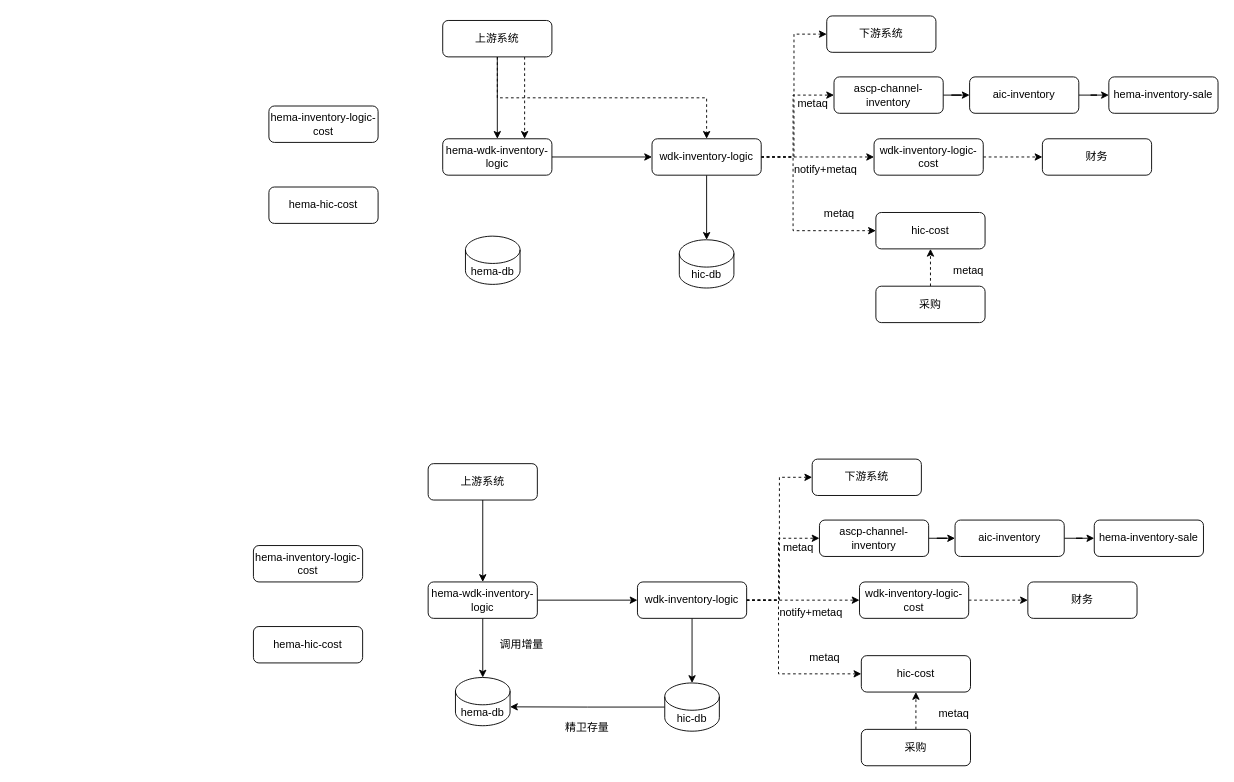
Earlier version of the draw.io diagram jiagou.drawio (fine3qandyou/lte_study). Source tidied: cells renumbered, new cells numbered last; positions are measured from the earlier drawing's top-left corner, leaving out a move shared by most shapes. Both pictures are drawn from the tidied source at 91%, with x=0, y=0 at pixel (253, 15).
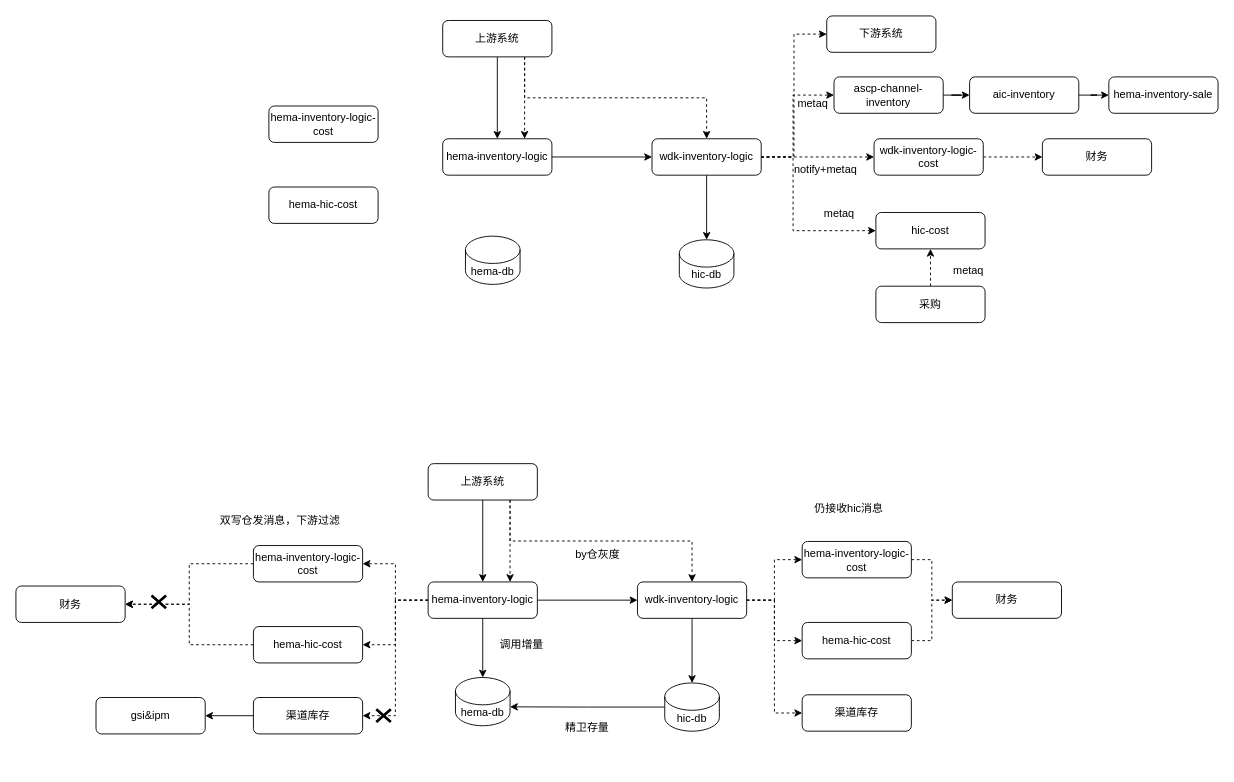
Above is the later version.

The change refers to these unchanged cells:
```xml
<mxCell id="5" value="上游系统" style="rounded=1;whiteSpace=wrap;html=1;" parent="1" vertex="1">
  <mxGeometry x="208" y="5" width="120" height="40" as="geometry" />
</mxCell>
<mxCell id="13" value="wdk-inventory-logic" style="rounded=1;whiteSpace=wrap;html=1;" parent="1" vertex="1">
  <mxGeometry x="438" y="135" width="120" height="40" as="geometry" />
</mxCell>
<mxCell id="33" value="上游系统" style="rounded=1;whiteSpace=wrap;html=1;" parent="1" vertex="1">
  <mxGeometry x="192" y="492" width="120" height="40" as="geometry" />
</mxCell>
<mxCell id="42" value="wdk-inventory-logic" style="rounded=1;whiteSpace=wrap;html=1;" parent="1" vertex="1">
  <mxGeometry x="422" y="622" width="120" height="40" as="geometry" />
</mxCell>
<mxCell id="66" value="hema-inventory-logic-cost" style="rounded=1;whiteSpace=wrap;html=1;" parent="1" vertex="1">
  <mxGeometry y="582" width="120" height="40" as="geometry" />
</mxCell>
<mxCell id="67" value="hema-hic-cost" style="rounded=1;whiteSpace=wrap;html=1;" parent="1" vertex="1">
  <mxGeometry y="671" width="120" height="40" as="geometry" />
</mxCell>
```

Change to the diagram source:
```diff
@@
-    <mxCell id="3" style="edgeStyle=orthogonalEdgeStyle;rounded=0;jettySize=auto;html=1;exitX=0.5;exitY=1;exitDx=0;exitDy=0;dashed=1;" parent="1" edge="1" source="5" target="13">
+    <mxCell id="3" style="edgeStyle=orthogonalEdgeStyle;rounded=0;jettySize=auto;html=1;exitX=0.75;exitY=1;exitDx=0;exitDy=0;dashed=1;" parent="1" edge="1" source="5" target="13">
       <mxGeometry relative="1" as="geometry" />
     </mxCell>
@@
-    <mxCell id="7" value="hema-wdk-inventory-logic" style="rounded=1;whiteSpace=wrap;html=1;" parent="1" vertex="1">
+    <mxCell id="7" value="hema-inventory-logic" style="rounded=1;whiteSpace=wrap;html=1;" parent="1" vertex="1">
       <mxGeometry x="208" y="135" width="120" height="40" as="geometry" />
     </mxCell>
@@
+    <mxCell id="68" style="edgeStyle=orthogonalEdgeStyle;rounded=0;jettySize=auto;html=1;exitX=0.75;exitY=1;exitDx=0;exitDy=0;entryX=0.75;entryY=0;entryDx=0;entryDy=0;dashed=1;" parent="1" edge="1" source="33" target="36">
+      <mxGeometry relative="1" as="geometry" />
+    </mxCell>
+    <mxCell id="69" style="edgeStyle=orthogonalEdgeStyle;rounded=0;jettySize=auto;html=1;exitX=0.75;exitY=1;exitDx=0;exitDy=0;dashed=1;" parent="1" edge="1" source="33" target="42">
+      <mxGeometry relative="1" as="geometry" />
+    </mxCell>
@@
+    <mxCell id="70" style="edgeStyle=orthogonalEdgeStyle;rounded=0;jettySize=auto;html=1;exitX=0;exitY=0.5;exitDx=0;exitDy=0;entryX=1;entryY=0.5;entryDx=0;entryDy=0;dashed=1;" parent="1" edge="1" source="36" target="66">
+      <mxGeometry relative="1" as="geometry" />
+    </mxCell>
+    <mxCell id="71" style="edgeStyle=orthogonalEdgeStyle;rounded=0;jettySize=auto;html=1;exitX=0;exitY=0.5;exitDx=0;exitDy=0;entryX=1;entryY=0.5;entryDx=0;entryDy=0;dashed=1;" parent="1" edge="1" source="36" target="67">
+      <mxGeometry relative="1" as="geometry" />
+    </mxCell>
+    <mxCell id="72" style="edgeStyle=orthogonalEdgeStyle;rounded=0;jettySize=auto;html=1;exitX=0;exitY=0.5;exitDx=0;exitDy=0;entryX=1;entryY=0.5;entryDx=0;entryDy=0;dashed=1;" parent="1" edge="1" source="36" target="86">
+      <mxGeometry relative="1" as="geometry" />
+    </mxCell>
-    <mxCell id="36" value="hema-wdk-inventory-logic" style="rounded=1;whiteSpace=wrap;html=1;" parent="1" vertex="1">
+    <mxCell id="36" value="hema-inventory-logic" style="rounded=1;whiteSpace=wrap;html=1;" parent="1" vertex="1">
       <mxGeometry x="192" y="622" width="120" height="40" as="geometry" />
     </mxCell>
-    <mxCell id="37" style="edgeStyle=orthogonalEdgeStyle;rounded=0;jettySize=auto;html=1;exitX=1;exitY=0.5;exitDx=0;exitDy=0;entryX=0;entryY=0.5;entryDx=0;entryDy=0;dashed=1;" parent="1" edge="1" source="42" target="44">
-      <mxGeometry relative="1" as="geometry">
-        <Array as="points">
-          <mxPoint x="577" y="642" />
-          <mxPoint x="577" y="574" />
-        </Array>
-      </mxGeometry>
-    </mxCell>
-    <mxCell id="38" style="edgeStyle=orthogonalEdgeStyle;rounded=0;jettySize=auto;html=1;exitX=1;exitY=0.5;exitDx=0;exitDy=0;entryX=0;entryY=0.5;entryDx=0;entryDy=0;dashed=1;" parent="1" edge="1" source="42" target="51">
-      <mxGeometry relative="1" as="geometry">
-        <Array as="points">
-          <mxPoint x="577" y="642" />
-          <mxPoint x="577" y="723" />
-        </Array>
-      </mxGeometry>
-    </mxCell>
-    <mxCell id="39" style="edgeStyle=orthogonalEdgeStyle;rounded=0;jettySize=auto;html=1;exitX=1;exitY=0.5;exitDx=0;exitDy=0;entryX=0;entryY=0.5;entryDx=0;entryDy=0;dashed=1;" parent="1" edge="1" source="42" target="49">
-      <mxGeometry relative="1" as="geometry" />
-    </mxCell>
@@
-    <mxCell id="41" style="edgeStyle=orthogonalEdgeStyle;rounded=0;jettySize=auto;html=1;exitX=1;exitY=0.5;exitDx=0;exitDy=0;entryX=0;entryY=0.5;entryDx=0;entryDy=0;dashed=1;" parent="1" edge="1" source="42" target="61">
-      <mxGeometry relative="1" as="geometry" />
-    </mxCell>
+    <mxCell id="73" style="edgeStyle=orthogonalEdgeStyle;rounded=0;jettySize=auto;html=1;exitX=1;exitY=0.5;exitDx=0;exitDy=0;entryX=0;entryY=0.5;entryDx=0;entryDy=0;dashed=1;" parent="1" edge="1" source="42" target="81">
+      <mxGeometry relative="1" as="geometry" />
+    </mxCell>
+    <mxCell id="74" style="edgeStyle=orthogonalEdgeStyle;rounded=0;jettySize=auto;html=1;exitX=1;exitY=0.5;exitDx=0;exitDy=0;entryX=0;entryY=0.5;entryDx=0;entryDy=0;dashed=1;" parent="1" edge="1" source="42" target="83">
+      <mxGeometry relative="1" as="geometry" />
+    </mxCell>
+    <mxCell id="75" style="edgeStyle=orthogonalEdgeStyle;rounded=0;jettySize=auto;html=1;exitX=1;exitY=0.5;exitDx=0;exitDy=0;entryX=0;entryY=0.5;entryDx=0;entryDy=0;dashed=1;" parent="1" edge="1" source="42" target="87">
+      <mxGeometry relative="1" as="geometry" />
+    </mxCell>
@@
-    <mxCell id="43" style="edgeStyle=orthogonalEdgeStyle;rounded=0;jettySize=auto;html=1;exitX=1;exitY=0.5;exitDx=0;exitDy=0;" parent="1" edge="1" source="44" target="46">
-      <mxGeometry relative="1" as="geometry" />
-    </mxCell>
-    <mxCell id="44" value="ascp-channel-inventory" style="rounded=1;whiteSpace=wrap;html=1;" parent="1" vertex="1">
-      <mxGeometry x="622" y="554" width="120" height="40" as="geometry" />
-    </mxCell>
-    <mxCell id="45" style="edgeStyle=orthogonalEdgeStyle;rounded=0;jettySize=auto;html=1;exitX=1;exitY=0.5;exitDx=0;exitDy=0;" parent="1" edge="1" source="46" target="47">
-      <mxGeometry relative="1" as="geometry" />
-    </mxCell>
-    <mxCell id="46" value="aic-inventory" style="rounded=1;whiteSpace=wrap;html=1;" parent="1" vertex="1">
-      <mxGeometry x="771" y="554" width="120" height="40" as="geometry" />
-    </mxCell>
-    <mxCell id="47" value="hema-inventory-sale" style="rounded=1;whiteSpace=wrap;html=1;" parent="1" vertex="1">
-      <mxGeometry x="924" y="554" width="120" height="40" as="geometry" />
-    </mxCell>
-    <mxCell id="48" style="edgeStyle=orthogonalEdgeStyle;rounded=0;jettySize=auto;html=1;exitX=1;exitY=0.5;exitDx=0;exitDy=0;entryX=0;entryY=0.5;entryDx=0;entryDy=0;dashed=1;" parent="1" edge="1" source="49" target="52">
-      <mxGeometry relative="1" as="geometry" />
-    </mxCell>
-    <mxCell id="49" value="wdk-inventory-logic-cost" style="rounded=1;whiteSpace=wrap;html=1;" parent="1" vertex="1">
-      <mxGeometry x="666" y="622" width="120" height="40" as="geometry" />
-    </mxCell>
-    <mxCell id="50" value="notify+metaq" style="text;html=1;strokeColor=none;fillColor=none;align=center;verticalAlign=middle;whiteSpace=wrap;rounded=0;" parent="1" vertex="1">
-      <mxGeometry x="583" y="640" width="60" height="31" as="geometry" />
-    </mxCell>
-    <mxCell id="51" value="hic-cost" style="rounded=1;whiteSpace=wrap;html=1;" parent="1" vertex="1">
-      <mxGeometry x="668" y="703" width="120" height="40" as="geometry" />
-    </mxCell>
-    <mxCell id="52" value="财务" style="rounded=1;whiteSpace=wrap;html=1;" parent="1" vertex="1">
-      <mxGeometry x="851" y="622" width="120" height="40" as="geometry" />
-    </mxCell>
-    <mxCell id="53" value="metaq" style="text;html=1;strokeColor=none;fillColor=none;align=center;verticalAlign=middle;whiteSpace=wrap;rounded=0;" parent="1" vertex="1">
-      <mxGeometry x="569" y="569" width="60" height="30" as="geometry" />
-    </mxCell>
@@
-    <mxCell id="56" value="metaq" style="text;html=1;strokeColor=none;fillColor=none;align=center;verticalAlign=middle;whiteSpace=wrap;rounded=0;" parent="1" vertex="1">
-      <mxGeometry x="598" y="690" width="60" height="30" as="geometry" />
-    </mxCell>
@@
-    <mxCell id="58" style="edgeStyle=orthogonalEdgeStyle;rounded=0;jettySize=auto;html=1;exitX=0.5;exitY=0;exitDx=0;exitDy=0;dashed=1;" parent="1" edge="1" source="59" target="51">
-      <mxGeometry relative="1" as="geometry" />
-    </mxCell>
-    <mxCell id="59" value="采购" style="rounded=1;whiteSpace=wrap;html=1;" parent="1" vertex="1">
-      <mxGeometry x="668" y="784" width="120" height="40" as="geometry" />
-    </mxCell>
-    <mxCell id="60" value="metaq" style="text;html=1;strokeColor=none;fillColor=none;align=center;verticalAlign=middle;whiteSpace=wrap;rounded=0;" parent="1" vertex="1">
-      <mxGeometry x="740" y="752" width="60" height="30" as="geometry" />
-    </mxCell>
-    <mxCell id="61" value="下游系统" style="rounded=1;whiteSpace=wrap;html=1;" parent="1" vertex="1">
-      <mxGeometry x="614" y="487" width="120" height="40" as="geometry" />
-    </mxCell>
@@
+    <mxCell id="76" style="edgeStyle=orthogonalEdgeStyle;rounded=0;jettySize=auto;html=1;exitX=0;exitY=0.5;exitDx=0;exitDy=0;entryX=1;entryY=0.5;entryDx=0;entryDy=0;dashed=1;" parent="1" edge="1" source="66" target="79">
+      <mxGeometry relative="1" as="geometry" />
+    </mxCell>
@@
+    <mxCell id="77" style="edgeStyle=orthogonalEdgeStyle;rounded=0;jettySize=auto;html=1;exitX=0;exitY=0.5;exitDx=0;exitDy=0;entryX=1;entryY=0.5;entryDx=0;entryDy=0;dashed=1;" parent="1" edge="1" source="67" target="79">
+      <mxGeometry relative="1" as="geometry" />
+    </mxCell>
@@
+    <mxCell id="78" value="by仓灰度" style="text;html=1;strokeColor=none;fillColor=none;align=center;verticalAlign=middle;whiteSpace=wrap;rounded=0;" parent="1" vertex="1">
+      <mxGeometry x="325" y="577" width="107" height="30" as="geometry" />
+    </mxCell>
+    <mxCell id="79" value="财务" style="rounded=1;whiteSpace=wrap;html=1;" parent="1" vertex="1">
+      <mxGeometry x="-261" y="626.5" width="120" height="40" as="geometry" />
+    </mxCell>
+    <mxCell id="80" style="edgeStyle=orthogonalEdgeStyle;rounded=0;jettySize=auto;html=1;exitX=1;exitY=0.5;exitDx=0;exitDy=0;entryX=0;entryY=0.5;entryDx=0;entryDy=0;dashed=1;" parent="1" edge="1" source="81" target="84">
+      <mxGeometry relative="1" as="geometry" />
+    </mxCell>
+    <mxCell id="81" value="hema-inventory-logic-cost" style="rounded=1;whiteSpace=wrap;html=1;" parent="1" vertex="1">
+      <mxGeometry x="603" y="577.5" width="120" height="40" as="geometry" />
+    </mxCell>
+    <mxCell id="82" style="edgeStyle=orthogonalEdgeStyle;rounded=0;jettySize=auto;html=1;exitX=1;exitY=0.5;exitDx=0;exitDy=0;entryX=0;entryY=0.5;entryDx=0;entryDy=0;dashed=1;" parent="1" edge="1" source="83" target="84">
+      <mxGeometry relative="1" as="geometry" />
+    </mxCell>
+    <mxCell id="83" value="hema-hic-cost" style="rounded=1;whiteSpace=wrap;html=1;" parent="1" vertex="1">
+      <mxGeometry x="603" y="666.5" width="120" height="40" as="geometry" />
+    </mxCell>
+    <mxCell id="84" value="财务" style="rounded=1;whiteSpace=wrap;html=1;" parent="1" vertex="1">
+      <mxGeometry x="768" y="622" width="120" height="40" as="geometry" />
+    </mxCell>
+    <mxCell id="85" style="edgeStyle=orthogonalEdgeStyle;rounded=0;jettySize=auto;html=1;exitX=0;exitY=0.5;exitDx=0;exitDy=0;" parent="1" edge="1" source="86" target="90">
+      <mxGeometry relative="1" as="geometry" />
+    </mxCell>
+    <mxCell id="86" value="渠道库存" style="rounded=1;whiteSpace=wrap;html=1;" parent="1" vertex="1">
+      <mxGeometry y="749" width="120" height="40" as="geometry" />
+    </mxCell>
+    <mxCell id="87" value="渠道库存" style="rounded=1;whiteSpace=wrap;html=1;" parent="1" vertex="1">
+      <mxGeometry x="603" y="746" width="120" height="40" as="geometry" />
+    </mxCell>
+    <mxCell id="88" value="双写仓发消息，下游过滤" style="text;html=1;strokeColor=none;fillColor=none;align=center;verticalAlign=middle;whiteSpace=wrap;rounded=0;" parent="1" vertex="1">
+      <mxGeometry x="-66" y="540" width="191" height="30" as="geometry" />
+    </mxCell>
+    <mxCell id="89" style="shape=umlDestroy;whiteSpace=wrap;html=1;strokeWidth=3;targetShapes=umlLifeline;" parent="1" vertex="1">
+      <mxGeometry x="-112" y="637" width="16" height="14" as="geometry" />
+    </mxCell>
+    <mxCell id="90" value="gsi&amp;amp;ipm" style="rounded=1;whiteSpace=wrap;html=1;" parent="1" vertex="1">
+      <mxGeometry x="-173" y="749" width="120" height="40" as="geometry" />
+    </mxCell>
+    <mxCell id="91" style="shape=umlDestroy;whiteSpace=wrap;html=1;strokeWidth=3;targetShapes=umlLifeline;" parent="1" vertex="1">
+      <mxGeometry x="135" y="762" width="16" height="14" as="geometry" />
+    </mxCell>
+    <mxCell id="92" value="仍接收hic消息" style="text;html=1;strokeColor=none;fillColor=none;align=center;verticalAlign=middle;whiteSpace=wrap;rounded=0;" parent="1" vertex="1">
+      <mxGeometry x="559" y="527" width="191" height="30" as="geometry" />
+    </mxCell>
```
